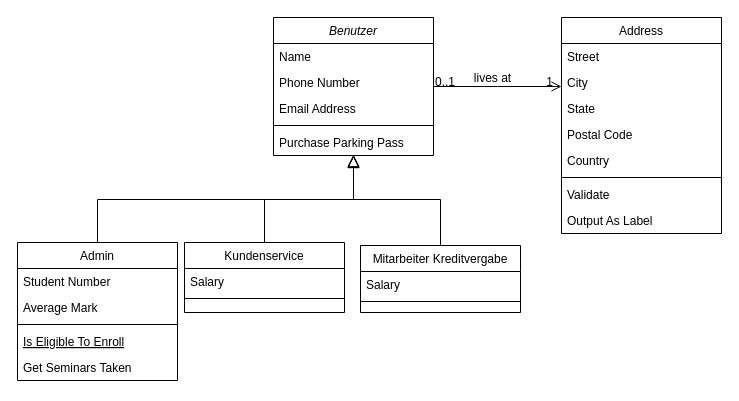
Above: page "Technischer Entwurf" (5 of 5) of Datenmodell.drawio in JaSc2912/VerteilteAnwendungen (draw.io), before the change. Source tidied: cells renumbered, new cells numbered last; positions are measured from the earlier drawing's top-left corner, leaving out a move shared by most shapes. Both pictures are drawn from the tidied source at 100%, with x=0, y=0 at pixel (17, 17).
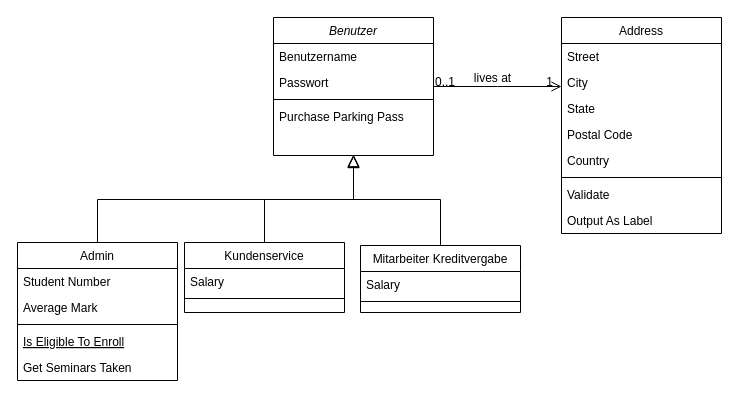
The same diagram, later.

Unchanged cells that the change refers to:
```xml
<mxCell id="2" value="Benutzer" style="swimlane;fontStyle=2;align=center;verticalAlign=top;horizontal=1;startSize=26;rounded=0;shadow=0;strokeWidth=1;" parent="1" vertex="1">
  <mxGeometry x="256" width="160" height="138" as="geometry" />
</mxCell>
```

Change to the diagram source:
```diff
@@
-    <mxCell id="3" value="Name" style="text;align=left;verticalAlign=top;spacingLeft=4;spacingRight=4;overflow=hidden;" parent="2" vertex="1">
+    <mxCell id="3" value="Benutzername" style="text;align=left;verticalAlign=top;spacingLeft=4;spacingRight=4;overflow=hidden;" parent="2" vertex="1">
       <mxGeometry y="26" width="160" height="26" as="geometry" />
     </mxCell>
-    <mxCell id="4" value="Phone Number" style="text;align=left;verticalAlign=top;spacingLeft=4;spacingRight=4;overflow=hidden;rounded=0;shadow=0;html=0;" parent="2" vertex="1">
+    <mxCell id="4" value="Passwort" style="text;align=left;verticalAlign=top;spacingLeft=4;spacingRight=4;overflow=hidden;rounded=0;shadow=0;html=0;" parent="2" vertex="1">
       <mxGeometry y="52" width="160" height="26" as="geometry" />
     </mxCell>
-    <mxCell id="5" value="Email Address" style="text;align=left;verticalAlign=top;spacingLeft=4;spacingRight=4;overflow=hidden;rounded=0;shadow=0;html=0;" parent="2" vertex="1">
-      <mxGeometry y="78" width="160" height="26" as="geometry" />
-    </mxCell>
     <mxCell id="6" style="line;html=1;strokeWidth=1;align=left;verticalAlign=middle;spacingTop=-1;spacingLeft=3;spacingRight=3;labelPosition=right;" parent="2" vertex="1">
-      <mxGeometry y="104" width="160" height="8" as="geometry" />
+      <mxGeometry y="78" width="160" height="8" as="geometry" />
     </mxCell>
     <mxCell id="7" value="Purchase Parking Pass" style="text;align=left;verticalAlign=top;spacingLeft=4;spacingRight=4;overflow=hidden;" parent="2" vertex="1">
-      <mxGeometry y="112" width="160" height="26" as="geometry" />
+      <mxGeometry y="86" width="160" height="26" as="geometry" />
     </mxCell>
```
